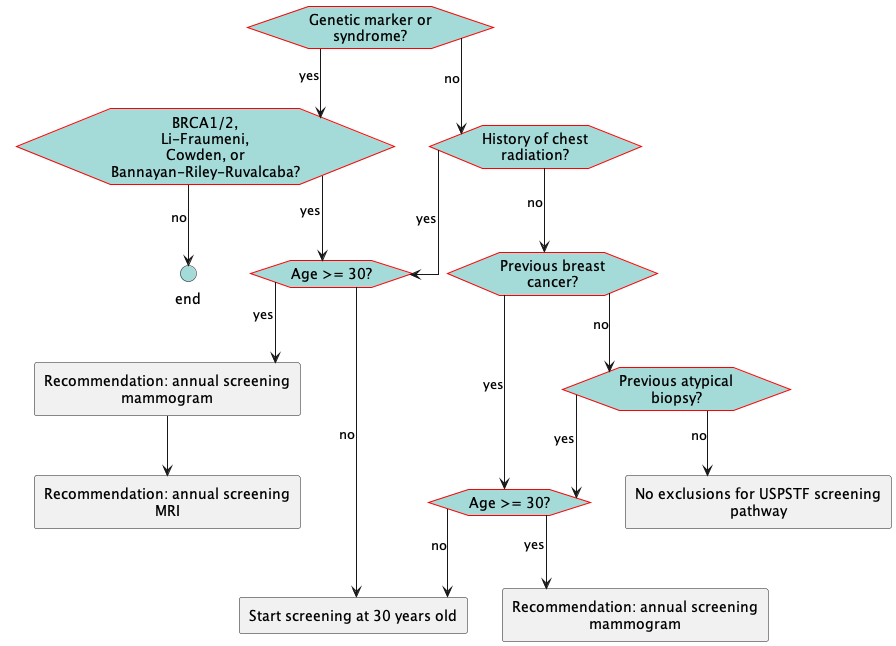
ccsm-cds-tools/CDC-Breast-Cancer-Screening-CDS-L2 keeps this PlantUML diagram as images/flow-HighRiskExclusions.png. Above is the earlier version. Its diagram source:
```plantuml
@startuml
hide stereotype
skinparam linetype ortho
<style>
hexagon {
    MaximumWidth: 150
    BackGroundColor: A4DBD8
    LineThickness: 1
    LineColor: red
    HorizontalAlignment: center
}
rectangle {
    MaximumWidth: 250
    HorizontalAlignment: center
}
.end {
    BackGroundColor: #A4DBD8
}
</style>
hexagon "Genetic marker or syndrome?" as eve_geneticrisk [[#eve-geneticrisk]]
hexagon "BRCA1/2, Li-Fraumeni, Cowden, or Bannayan-Riley-Ruvalcaba?" as eve_acsgeneticrisk [[#eve-acsgeneticrisk]]
hexagon "History of chest radiation?" as eve_chestxrt [[#eve-chestxrt]]
hexagon "Previous breast cancer?" as eve_hxbreastca [[#eve-hxbreastca]]
hexagon "Previous atypical biopsy?" as eve_atypicalbx [[#eve-atypicalbx]]
hexagon "Age >= 30?" as eve_ageatleast30high [[#eve-ageatleast30high]]
rectangle "Recommendation: annual screening mammogram" as act_acshighriskmammo [[#act-acshighriskmammo]]
hexagon "Age >= 30?" as eve_ageatleast30int [[#eve-ageatleast30int]]
circle "end" as end_exclusions <<end>>
rectangle "Start screening at 30 years old" as act_startdateacsrisk [[#act-startdateacsrisk]]
rectangle "Recommendation: annual screening MRI" as act_acshighriskmri [[#act-acshighriskmri]]
rectangle "Recommendation: annual screening mammogram" as act_acsintriskmammo [[#act-acsintriskmammo]]
rectangle "No exclusions for USPSTF screening pathway" as act_noexclusions [[#act-noexclusions]]
eve_geneticrisk-->eve_acsgeneticrisk: yes
eve_acsgeneticrisk-->eve_ageatleast30high: yes
eve_acsgeneticrisk-->end_exclusions: no
eve_chestxrt-->eve_ageatleast30high: yes
eve_hxbreastca-->eve_ageatleast30int: yes
eve_atypicalbx-->eve_ageatleast30int: yes
eve_ageatleast30high-->act_acshighriskmammo: yes
eve_ageatleast30high-->act_startdateacsrisk: no
act_acshighriskmammo-->act_acshighriskmri
eve_ageatleast30int-->act_acsintriskmammo: yes
eve_ageatleast30int-->act_startdateacsrisk: no
eve_geneticrisk-->eve_chestxrt: no
eve_chestxrt-->eve_hxbreastca: no
eve_hxbreastca-->eve_atypicalbx: no
eve_atypicalbx-->act_noexclusions: no
@enduml
```
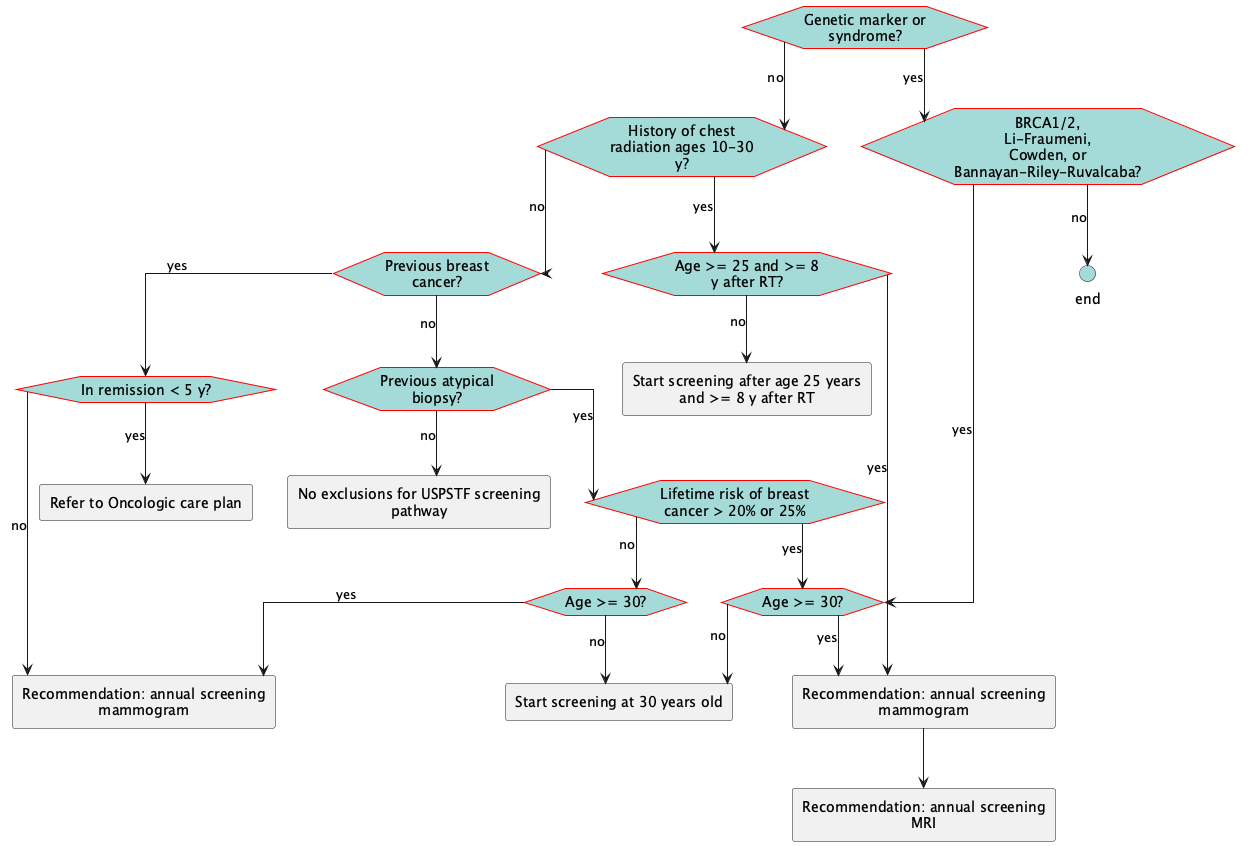
The same file after the commit.

What changed in the source:
```diff
@@ -19,23 +19,34 @@
 </style>
 hexagon "Genetic marker or syndrome?" as eve_geneticrisk [[#eve-geneticrisk]]
 hexagon "BRCA1/2, Li-Fraumeni, Cowden, or Bannayan-Riley-Ruvalcaba?" as eve_acsgeneticrisk [[#eve-acsgeneticrisk]]
-hexagon "History of chest radiation?" as eve_chestxrt [[#eve-chestxrt]]
+hexagon "History of chest radiation ages 10-30 y?" as eve_chestxrt [[#eve-chestxrt]]
+hexagon "Age >= 25 and >= 8 y after RT?" as eve_ageatleast25and8yafterRT [[#eve-ageatleast25and8yafterRT]]
 hexagon "Previous breast cancer?" as eve_hxbreastca [[#eve-hxbreastca]]
+hexagon "In remission < 5 y?" as eve_hxbreastcawithin5y [[#eve-hxbreastcawithin5y]]
 hexagon "Previous atypical biopsy?" as eve_atypicalbx [[#eve-atypicalbx]]
+hexagon "Lifetime risk of breast cancer > 20% or 25%" as eve_highlifetimerisk [[#eve-highlifetimerisk]]
 hexagon "Age >= 30?" as eve_ageatleast30high [[#eve-ageatleast30high]]
 rectangle "Recommendation: annual screening mammogram" as act_acshighriskmammo [[#act-acshighriskmammo]]
 hexagon "Age >= 30?" as eve_ageatleast30int [[#eve-ageatleast30int]]
 circle "end" as end_exclusions <<end>>
+rectangle "Start screening after age 25 years and >= 8 y after RT" as act_startat25yand8yafterRT [[#act-startat25yand8yafterRT]]
+rectangle "Recommendation: annual screening mammogram" as act_acsintriskmammo [[#act-acsintriskmammo]]
+rectangle "Refer to Oncologic care plan" as act_hxbreastcawithin5y [[#act-hxbreastcawithin5y]]
 rectangle "Start screening at 30 years old" as act_startdateacsrisk [[#act-startdateacsrisk]]
 rectangle "Recommendation: annual screening MRI" as act_acshighriskmri [[#act-acshighriskmri]]
-rectangle "Recommendation: annual screening mammogram" as act_acsintriskmammo [[#act-acsintriskmammo]]
 rectangle "No exclusions for USPSTF screening pathway" as act_noexclusions [[#act-noexclusions]]
 eve_geneticrisk-->eve_acsgeneticrisk: yes
 eve_acsgeneticrisk-->eve_ageatleast30high: yes
 eve_acsgeneticrisk-->end_exclusions: no
-eve_chestxrt-->eve_ageatleast30high: yes
-eve_hxbreastca-->eve_ageatleast30int: yes
-eve_atypicalbx-->eve_ageatleast30int: yes
+eve_chestxrt-->eve_ageatleast25and8yafterRT: yes
+eve_ageatleast25and8yafterRT-->act_acshighriskmammo: yes
+eve_ageatleast25and8yafterRT-->act_startat25yand8yafterRT: no
+eve_hxbreastca-->eve_hxbreastcawithin5y: yes
+eve_hxbreastcawithin5y-->act_acsintriskmammo: no
+eve_hxbreastcawithin5y-->act_hxbreastcawithin5y: yes
+eve_atypicalbx-->eve_highlifetimerisk: yes
+eve_highlifetimerisk-->eve_ageatleast30int: no
+eve_highlifetimerisk-->eve_ageatleast30high: yes
 eve_ageatleast30high-->act_acshighriskmammo: yes
 eve_ageatleast30high-->act_startdateacsrisk: no
 act_acshighriskmammo-->act_acshighriskmri
```
